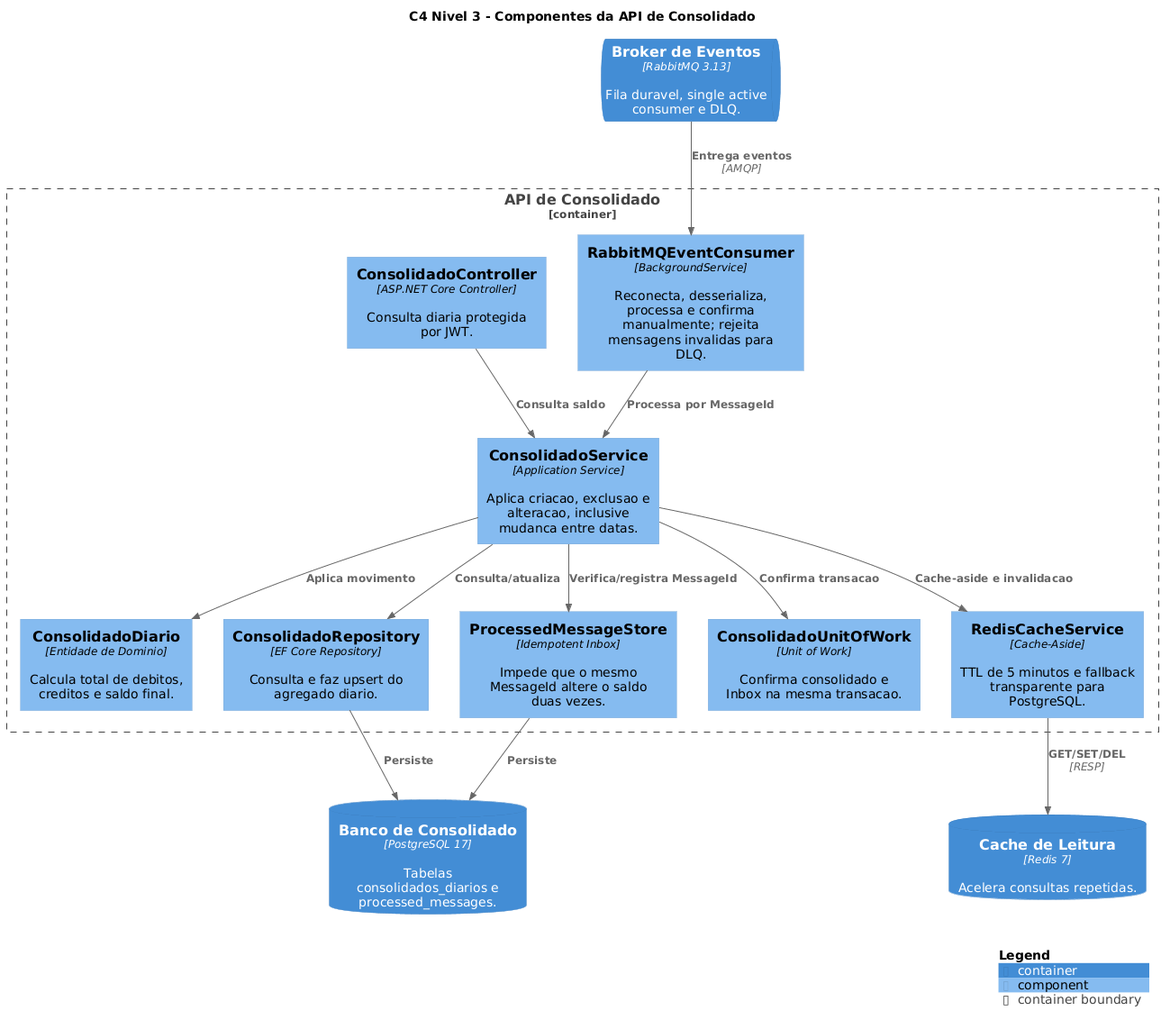
The PlantUML diagram docs/diagrams/04-componentes-consolidado.png in andersonx1013/fluxocaixa, before a commit. Source of this version:
```plantuml
@startuml
!include <C4/C4_Component>
LAYOUT_WITH_LEGEND()

title C4 Nivel 3 - Componentes da API de Consolidado

Container_Boundary(api_consolidado, "API de Consolidado") {
    Component(controller, "ConsolidadoController", "ASP.NET Core Controller", "Consulta diaria protegida por JWT.")
    Component(consumer, "RabbitMQEventConsumer", "BackgroundService", "Reconecta, desserializa, processa e confirma manualmente; rejeita mensagens invalidas para DLQ.")
    Component(service, "ConsolidadoService", "Application Service", "Aplica criacao, exclusao e alteracao, inclusive mudanca entre datas.")
    Component(entity, "ConsolidadoDiario", "Entidade de Dominio", "Calcula total de debitos, creditos e saldo final.")
    Component(repository, "ConsolidadoRepository", "EF Core Repository", "Consulta e faz upsert do agregado diario.")
    Component(inbox, "ProcessedMessageStore", "Idempotent Inbox", "Impede que o mesmo MessageId altere o saldo duas vezes.")
    Component(unit_of_work, "ConsolidadoUnitOfWork", "Unit of Work", "Confirma consolidado e Inbox na mesma transacao.")
    Component(cache, "RedisCacheService", "Cache-Aside", "TTL de 5 minutos e fallback transparente para PostgreSQL.")
}

ContainerQueue(rabbitmq, "Broker de Eventos", "RabbitMQ 3.13", "Fila duravel, single active consumer e DLQ.")
ContainerDb(db_consolidado, "Banco de Consolidado", "PostgreSQL 17", "Tabelas consolidados_diarios e processed_messages.")
ContainerDb(redis, "Cache de Leitura", "Redis 7", "Acelera consultas repetidas.")

Rel(rabbitmq, consumer, "Entrega eventos", "AMQP")
Rel(consumer, service, "Processa por MessageId")
Rel(controller, service, "Consulta saldo")
Rel(service, entity, "Aplica movimento")
Rel(service, repository, "Consulta/atualiza")
Rel(service, inbox, "Verifica/registra MessageId")
Rel(service, unit_of_work, "Confirma transacao")
Rel(service, cache, "Cache-aside e invalidacao")
Rel(repository, db_consolidado, "Persiste")
Rel(inbox, db_consolidado, "Persiste")
Rel(cache, redis, "GET/SET/DEL", "RESP")

SHOW_LEGEND()
@enduml
```
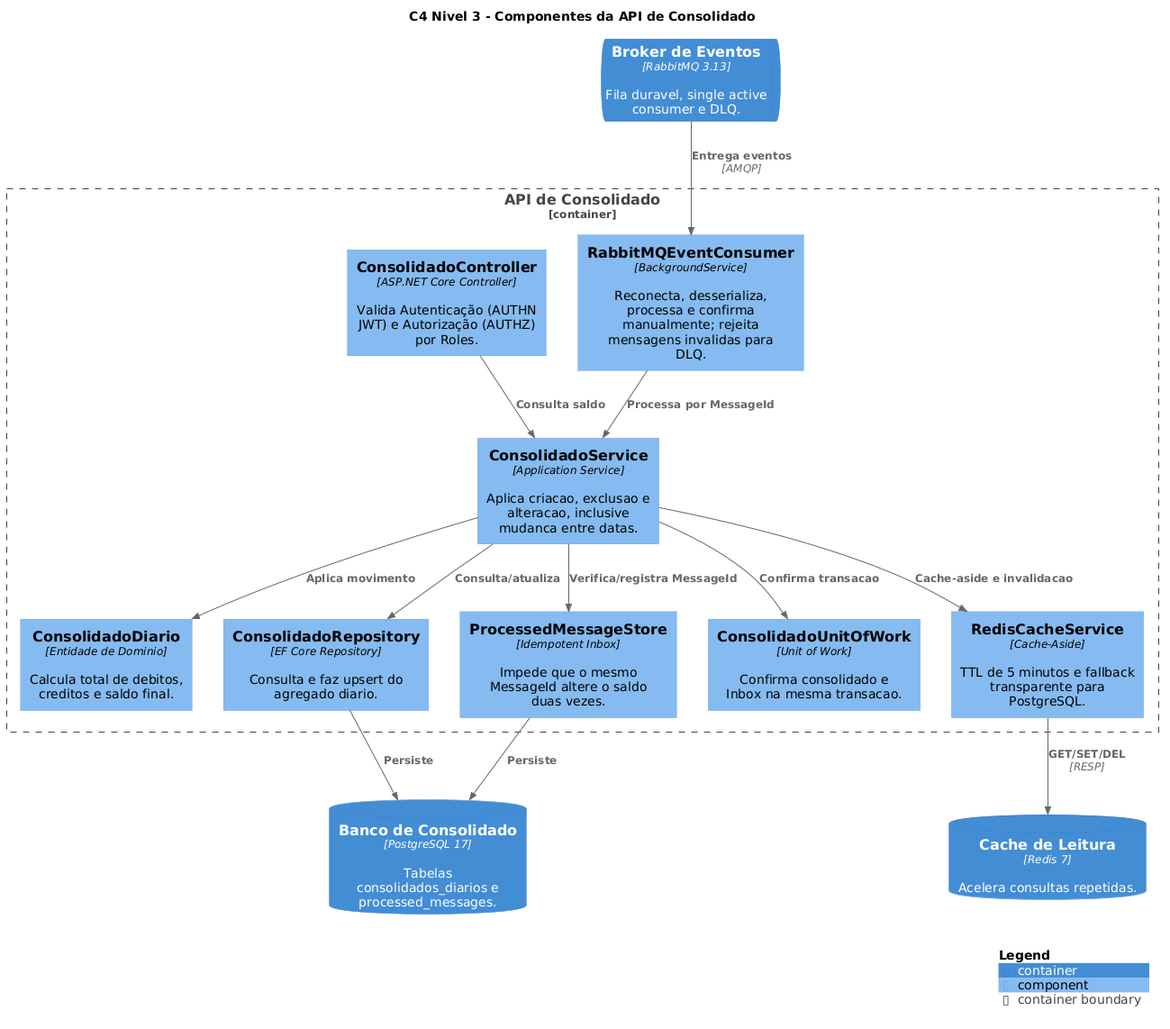
The same file after the commit.

Change to the diagram source:
```diff
@@ -5,7 +5,7 @@
 title C4 Nivel 3 - Componentes da API de Consolidado
 
 Container_Boundary(api_consolidado, "API de Consolidado") {
-    Component(controller, "ConsolidadoController", "ASP.NET Core Controller", "Consulta diaria protegida por JWT.")
+    Component(controller, "ConsolidadoController", "ASP.NET Core Controller", "Valida Autenticação (AUTHN JWT) e Autorização (AUTHZ) por Roles.")
     Component(consumer, "RabbitMQEventConsumer", "BackgroundService", "Reconecta, desserializa, processa e confirma manualmente; rejeita mensagens invalidas para DLQ.")
     Component(service, "ConsolidadoService", "Application Service", "Aplica criacao, exclusao e alteracao, inclusive mudanca entre datas.")
     Component(entity, "ConsolidadoDiario", "Entidade de Dominio", "Calcula total de debitos, creditos e saldo final.")
```
